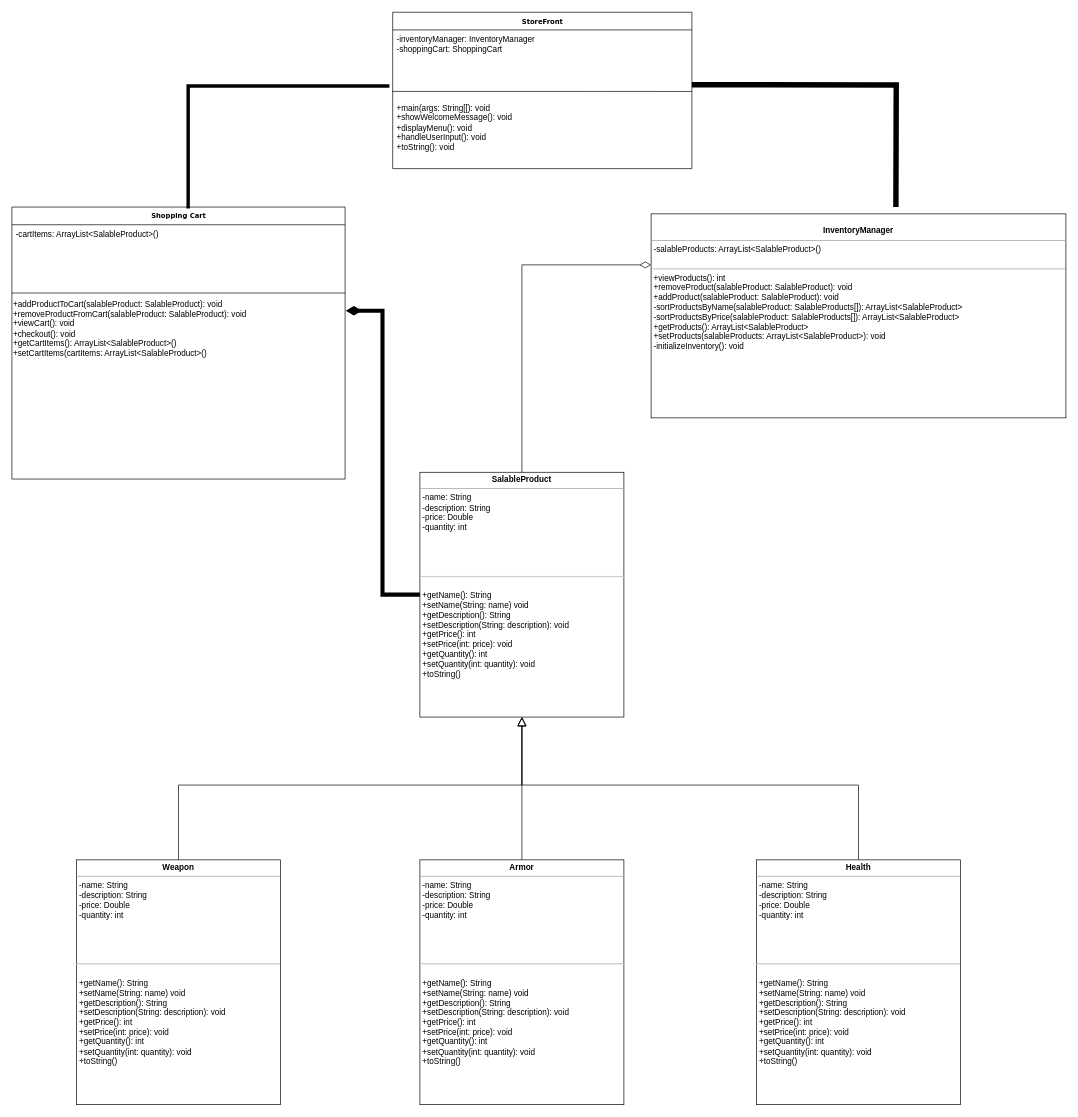
Above: Toni's Store.drawio in toniomon96/grad_school (draw.io), before the change. Source tidied: cells renumbered, new cells numbered last; positions are measured from the earlier drawing's top-left corner, leaving out a move shared by most shapes. Both pictures are drawn from the tidied source at 68%, with x=0, y=0 at pixel (12, 12).
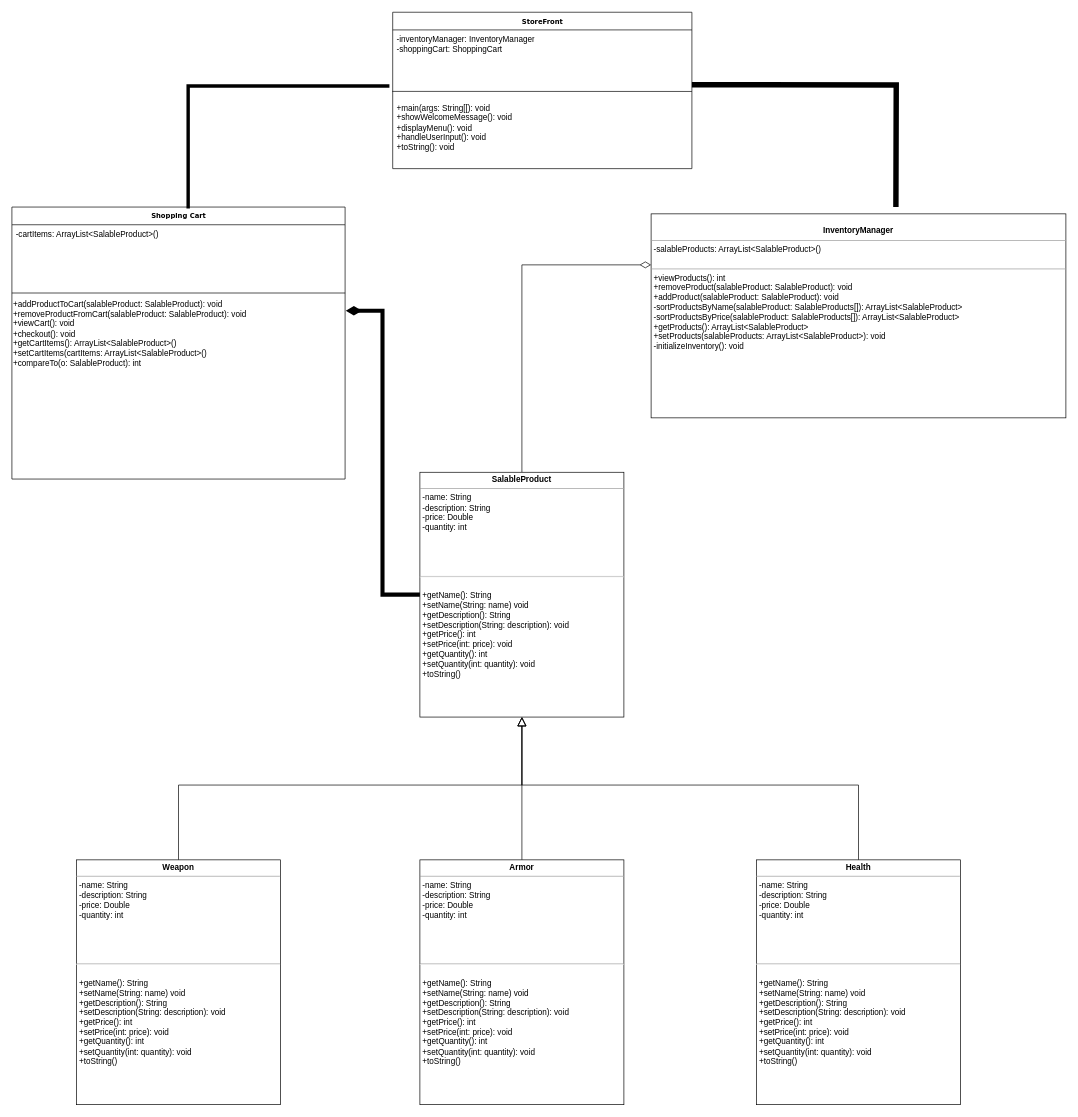
The same diagram, later.

Unchanged cells that the change refers to:
```xml
<mxCell id="2" value="&lt;b&gt;Shopping Cart&lt;/b&gt;" style="swimlane;html=1;fontStyle=0;horizontal=1;startSize=26;fillColor=none;swimlaneFillColor=#ffffff;rounded=0;shadow=0;comic=0;labelBackgroundColor=none;strokeWidth=1;fontFamily=Verdana;fontSize=10;align=center;" parent="1" vertex="1">
  <mxGeometry y="286" width="490" height="400" as="geometry" />
</mxCell>
```

What changed in the source:
```diff
@@
-    <mxCell id="5" value="&lt;br&gt;&lt;br&gt;&lt;br&gt;&lt;br&gt;&lt;br&gt;&lt;br&gt;&lt;br&gt;&lt;br&gt;&lt;br&gt;&lt;br&gt;&lt;br&gt;&lt;br&gt;&lt;br&gt;&lt;br&gt;+addProductToCart(salableProduct: SalableProduct): void&lt;br&gt;+removeProductFromCart(salableProduct: SalableProduct): void&lt;br&gt;+viewCart(): void&lt;br&gt;+checkout(): void&lt;br&gt;+getCartItems(): ArrayList&amp;lt;SalableProduct&amp;gt;()&lt;br&gt;+setCartItems(cartItems: ArrayList&amp;lt;SalableProduct&amp;gt;()&lt;br&gt;&lt;br&gt;&lt;br&gt;&lt;br&gt;&lt;br&gt;&lt;br&gt;&lt;br&gt;&lt;br&gt;&lt;br&gt;&lt;br&gt;&lt;br&gt;&lt;br&gt;&lt;br&gt;&lt;div&gt;&lt;br&gt;&lt;/div&gt;" style="text;strokeColor=none;align=left;fillColor=none;html=1;verticalAlign=middle;whiteSpace=wrap;rounded=0;" parent="2" vertex="1">
+    <mxCell id="5" value="&lt;br&gt;&lt;br&gt;&lt;br&gt;&lt;br&gt;&lt;br&gt;&lt;br&gt;&lt;br&gt;&lt;br&gt;&lt;br&gt;&lt;br&gt;&lt;br&gt;&lt;br&gt;&lt;br&gt;&lt;br&gt;+addProductToCart(salableProduct: SalableProduct): void&lt;br&gt;+removeProductFromCart(salableProduct: SalableProduct): void&lt;br&gt;+viewCart(): void&lt;br&gt;+checkout(): void&lt;br&gt;+getCartItems(): ArrayList&amp;lt;SalableProduct&amp;gt;()&lt;br&gt;+setCartItems(cartItems: ArrayList&amp;lt;SalableProduct&amp;gt;()&lt;div&gt;+compareTo(o: SalableProduct): int&lt;br&gt;&lt;br&gt;&lt;br&gt;&lt;br&gt;&lt;br&gt;&lt;br&gt;&lt;br&gt;&lt;br&gt;&lt;br&gt;&lt;br&gt;&lt;br&gt;&lt;br&gt;&lt;div&gt;&lt;br&gt;&lt;/div&gt;&lt;/div&gt;" style="text;strokeColor=none;align=left;fillColor=none;html=1;verticalAlign=middle;whiteSpace=wrap;rounded=0;" parent="2" vertex="1">
       <mxGeometry y="52" width="490" height="240" as="geometry" />
     </mxCell>
```
